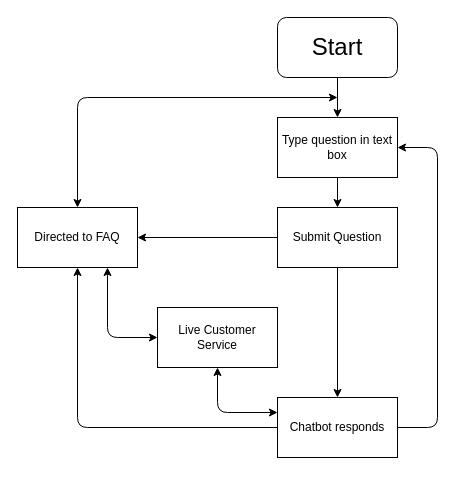
Above: Documents/flow_diagrams/ChatbotAlgo2.drawio in LP-76/load.in (draw.io), before the change. Source tidied: cells renumbered, new cells numbered last; positions are measured from the earlier drawing's top-left corner, leaving out a move shared by most shapes. Both pictures are drawn from the tidied source at 100%, with x=0, y=0 at pixel (17, 17).
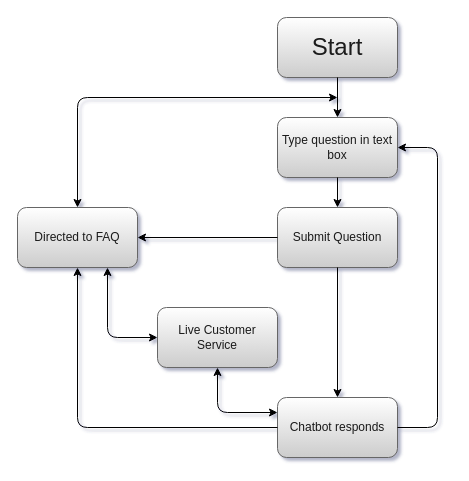
Above is the later version.

Diff of the diagram source:
```diff
@@
-<mxGraphModel>
+<mxGraphModel shadow="1">
@@
-    <mxCell id="2" value="&lt;font style=&quot;font-size: 24px&quot;&gt;Start&lt;/font&gt;" style="rounded=1;whiteSpace=wrap;html=1;" parent="1" vertex="1">
+    <mxCell id="2" value="&lt;font style=&quot;font-size: 24px&quot;&gt;Start&lt;/font&gt;" style="whiteSpace=wrap;html=1;fontColor=#1A1A1A;strokeColor=#666666;fillColor=#FFFFFF;gradientColor=#CCCCCC;rounded=1;" parent="1" vertex="1">
       <mxGeometry x="260" width="120" height="60" as="geometry" />
     </mxCell>
-    <mxCell id="3" value="Type question in text box" style="rounded=0;whiteSpace=wrap;html=1;" parent="1" vertex="1">
+    <mxCell id="3" value="Type question in text box" style="whiteSpace=wrap;html=1;fontColor=#1A1A1A;strokeColor=#666666;fillColor=#FFFFFF;gradientColor=#CCCCCC;rounded=1;" parent="1" vertex="1">
       <mxGeometry x="260" y="100" width="120" height="60" as="geometry" />
     </mxCell>
-    <mxCell id="4" value="Directed to FAQ" style="rounded=0;whiteSpace=wrap;html=1;" parent="1" vertex="1">
+    <mxCell id="4" value="Directed to FAQ" style="whiteSpace=wrap;html=1;fontColor=#1A1A1A;strokeColor=#666666;fillColor=#FFFFFF;gradientColor=#CCCCCC;rounded=1;" parent="1" vertex="1">
       <mxGeometry y="190" width="120" height="60" as="geometry" />
     </mxCell>
-    <mxCell id="5" value="Submit Question" style="rounded=0;whiteSpace=wrap;html=1;" parent="1" vertex="1">
+    <mxCell id="5" value="Submit Question" style="whiteSpace=wrap;html=1;fontColor=#1A1A1A;strokeColor=#666666;fillColor=#FFFFFF;gradientColor=#CCCCCC;rounded=1;" parent="1" vertex="1">
       <mxGeometry x="260" y="190" width="120" height="60" as="geometry" />
     </mxCell>
-    <mxCell id="6" value="Chatbot responds" style="rounded=0;whiteSpace=wrap;html=1;" parent="1" vertex="1">
+    <mxCell id="6" value="Chatbot responds" style="whiteSpace=wrap;html=1;fontColor=#1A1A1A;strokeColor=#666666;fillColor=#FFFFFF;gradientColor=#CCCCCC;rounded=1;" parent="1" vertex="1">
       <mxGeometry x="260" y="380" width="120" height="60" as="geometry" />
     </mxCell>
@@
-    <mxCell id="14" value="Live Customer Service" style="rounded=0;whiteSpace=wrap;html=1;" parent="1" vertex="1">
+    <mxCell id="14" value="Live Customer Service" style="whiteSpace=wrap;html=1;fontColor=#1A1A1A;strokeColor=#666666;fillColor=#FFFFFF;gradientColor=#CCCCCC;rounded=1;" parent="1" vertex="1">
       <mxGeometry x="140" y="290" width="120" height="60" as="geometry" />
     </mxCell>
```
